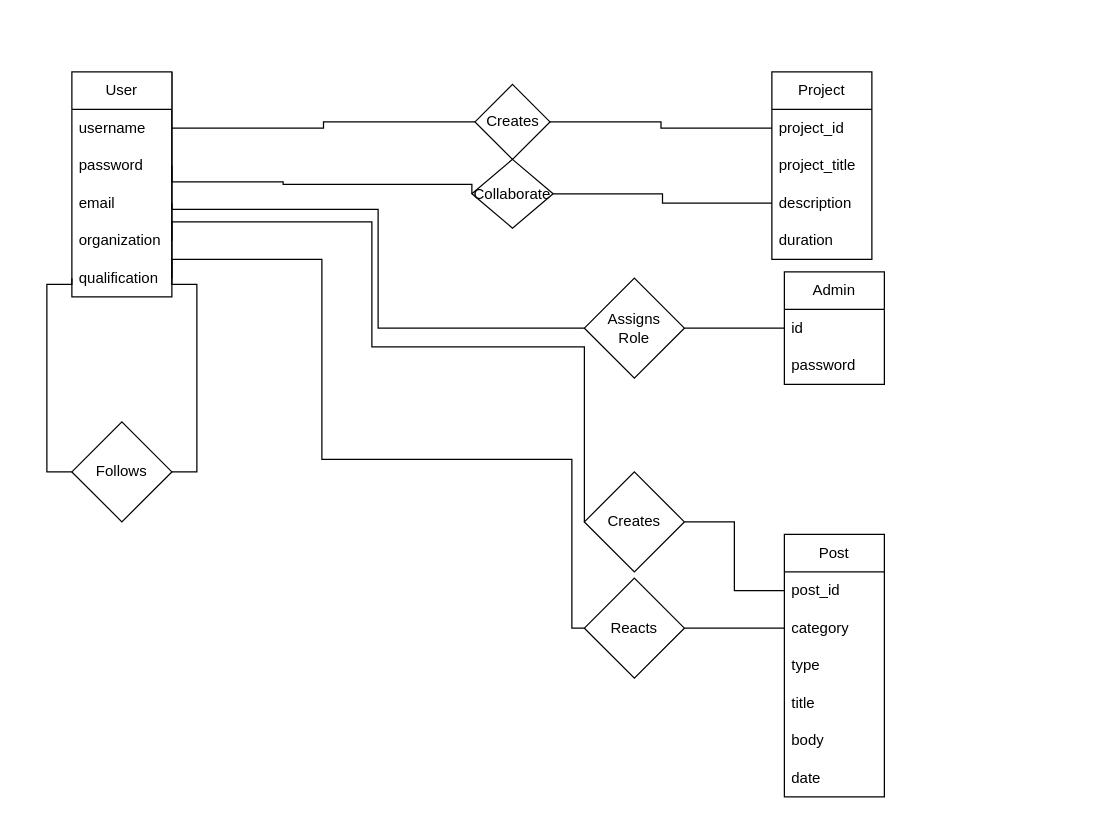
This is AT_ERD.drawio from aditya-c2512/at-lab-project, a draw.io file, before an edit. Source tidied: cells renumbered, new cells numbered last; positions are measured from the earlier drawing's top-left corner, leaving out a move shared by most shapes. Both pictures are drawn from the tidied source at 125%, with x=0, y=0 at pixel (46, 71).
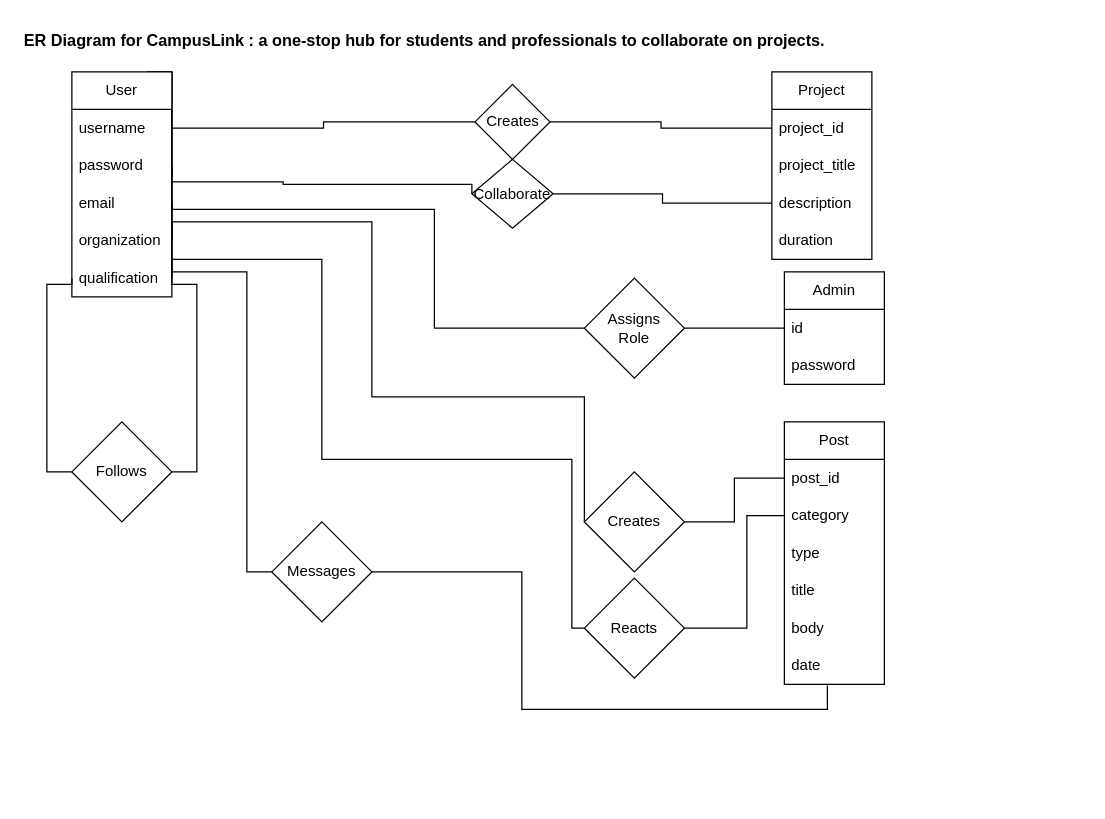
The same diagram, later.

Unchanged cells that the change refers to:
```xml
<mxCell id="3" value="User" style="swimlane;fontStyle=0;horizontal=1;startSize=30;whiteSpace=wrap;html=1;" parent="1" vertex="1">
  <mxGeometry x="20" width="80" height="180" as="geometry" />
</mxCell>
<mxCell id="5" value="password" style="text;strokeColor=none;fillColor=none;align=left;verticalAlign=middle;spacingLeft=4;spacingRight=4;overflow=hidden;points=[[0,0.5],[1,0.5]];portConstraint=eastwest;whiteSpace=wrap;html=1;" parent="3" vertex="1">
  <mxGeometry y="60" width="80" height="30" as="geometry" />
</mxCell>
<mxCell id="7" value="organization" style="text;strokeColor=none;fillColor=none;align=left;verticalAlign=middle;spacingLeft=4;spacingRight=4;overflow=hidden;points=[[0,0.5],[1,0.5]];portConstraint=eastwest;whiteSpace=wrap;html=1;" parent="3" vertex="1">
  <mxGeometry y="120" width="80" height="30" as="geometry" />
</mxCell>
<mxCell id="14" value="category" style="text;strokeColor=none;fillColor=none;align=left;verticalAlign=middle;spacingLeft=4;spacingRight=4;overflow=hidden;points=[[0,0.5],[1,0.5]];portConstraint=eastwest;whiteSpace=wrap;html=1;" parent="12" vertex="1">
  <mxGeometry y="60" width="80" height="30" as="geometry" />
</mxCell>
<mxCell id="18" value="date" style="text;strokeColor=none;fillColor=none;align=left;verticalAlign=middle;spacingLeft=4;spacingRight=4;overflow=hidden;points=[[0,0.5],[1,0.5]];portConstraint=eastwest;whiteSpace=wrap;html=1;" parent="12" vertex="1">
  <mxGeometry y="180" width="80" height="30" as="geometry" />
</mxCell>
<mxCell id="20" value="Assigns&lt;br&gt;Role" style="rhombus;whiteSpace=wrap;html=1;" parent="1" vertex="1">
  <mxGeometry x="430" y="165" width="80" height="80" as="geometry" />
</mxCell>
<mxCell id="24" value="Creates" style="rhombus;whiteSpace=wrap;html=1;" parent="1" vertex="1">
  <mxGeometry x="430" y="320" width="80" height="80" as="geometry" />
</mxCell>
<mxCell id="26" value="Reacts" style="rhombus;whiteSpace=wrap;html=1;" parent="1" vertex="1">
  <mxGeometry x="430" y="405" width="80" height="80" as="geometry" />
</mxCell>
```

Diff of the diagram source:
```diff
@@
+    <mxCell id="41" style="edgeStyle=orthogonalEdgeStyle;rounded=0;jettySize=auto;html=1;exitX=0.75;exitY=0;exitDx=0;exitDy=0;entryX=0;entryY=0.5;entryDx=0;entryDy=0;endArrow=none;endFill=0;" parent="1" edge="1" source="3" target="43">
+      <mxGeometry relative="1" as="geometry">
+        <Array as="points">
+          <mxPoint x="100" />
+          <mxPoint x="100" y="160" />
+          <mxPoint x="160" y="160" />
+          <mxPoint x="160" y="400" />
+        </Array>
+      </mxGeometry>
+    </mxCell>
@@
     <mxCell id="12" value="Post" style="swimlane;fontStyle=0;horizontal=1;startSize=30;whiteSpace=wrap;html=1;" parent="1" vertex="1">
-      <mxGeometry x="590" y="370" width="80" height="210" as="geometry" />
+      <mxGeometry x="590" y="280" width="80" height="210" as="geometry" />
     </mxCell>
@@
     <mxCell id="21" style="edgeStyle=orthogonalEdgeStyle;rounded=0;jettySize=auto;html=1;exitX=1;exitY=0.5;exitDx=0;exitDy=0;entryX=0;entryY=0.5;entryDx=0;entryDy=0;endArrow=none;endFill=0;" parent="1" edge="1" source="5" target="20">
       <mxGeometry relative="1" as="geometry">
         <Array as="points">
           <mxPoint x="100" y="110" />
-          <mxPoint x="265" y="110" />
-          <mxPoint x="265" y="205" />
+          <mxPoint x="310" y="110" />
+          <mxPoint x="310" y="205" />
         </Array>
       </mxGeometry>
     </mxCell>
     <mxCell id="22" style="edgeStyle=orthogonalEdgeStyle;rounded=0;jettySize=auto;html=1;exitX=0;exitY=0.5;exitDx=0;exitDy=0;entryX=1;entryY=0.5;entryDx=0;entryDy=0;endArrow=none;endFill=0;" parent="1" edge="1" source="24" target="7">
       <mxGeometry relative="1" as="geometry">
         <Array as="points">
-          <mxPoint x="260" y="220" />
+          <mxPoint x="430" y="260" />
+          <mxPoint x="260" y="260" />
           <mxPoint x="260" y="120" />
           <mxPoint x="100" y="120" />
         </Array>
       </mxGeometry>
     </mxCell>
@@
     <mxCell id="25" style="edgeStyle=orthogonalEdgeStyle;rounded=0;jettySize=auto;html=1;exitX=1;exitY=0.5;exitDx=0;exitDy=0;endArrow=none;endFill=0;" parent="1" edge="1" source="26" target="14">
-      <mxGeometry relative="1" as="geometry" />
+      <mxGeometry relative="1" as="geometry">
+        <Array as="points">
+          <mxPoint x="560" y="445" />
+          <mxPoint x="560" y="355" />
+        </Array>
+      </mxGeometry>
     </mxCell>
@@
+    <mxCell id="42" style="edgeStyle=orthogonalEdgeStyle;rounded=0;jettySize=auto;html=1;exitX=1;exitY=0.5;exitDx=0;exitDy=0;entryX=0.43;entryY=1.033;entryDx=0;entryDy=0;entryPerimeter=0;endArrow=none;endFill=0;" parent="1" edge="1" source="43" target="18">
+      <mxGeometry relative="1" as="geometry">
+        <Array as="points">
+          <mxPoint x="380" y="400" />
+          <mxPoint x="380" y="510" />
+          <mxPoint x="624" y="510" />
+        </Array>
+      </mxGeometry>
+    </mxCell>
+    <mxCell id="43" value="Messages" style="rhombus;whiteSpace=wrap;html=1;" parent="1" vertex="1">
+      <mxGeometry x="180" y="360" width="80" height="80" as="geometry" />
+    </mxCell>
+    <mxCell id="44" value="&lt;b&gt;&lt;font style=&quot;font-size: 13px;&quot;&gt;ER Diagram for CampusLink :&amp;nbsp;a one-stop hub for students and professionals to collaborate on projects.&lt;/font&gt;&lt;/b&gt;" style="text;html=1;strokeColor=none;fillColor=none;align=left;verticalAlign=middle;whiteSpace=wrap;rounded=0;" parent="1" vertex="1">
+      <mxGeometry x="-20" y="-40" width="850" height="30" as="geometry" />
+    </mxCell>
```
